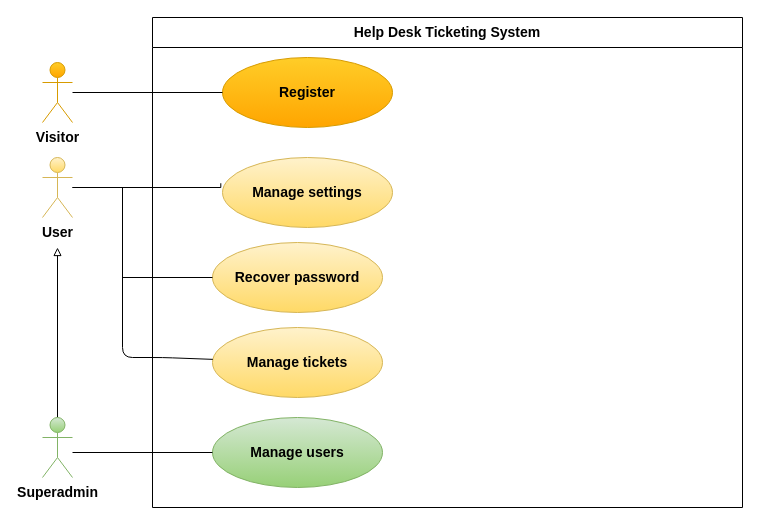
The draw.io diagram docs/diagrams/bases/use-case-diagram.drawio in NassimBenNsib/help-desk-web-base-app, before the edit. Source tidied: cells renumbered, new cells numbered last; positions are measured from the earlier drawing's top-left corner, leaving out a move shared by most shapes. Both pictures are drawn from the tidied source at 100%, with x=0, y=0 at pixel (42, 17).
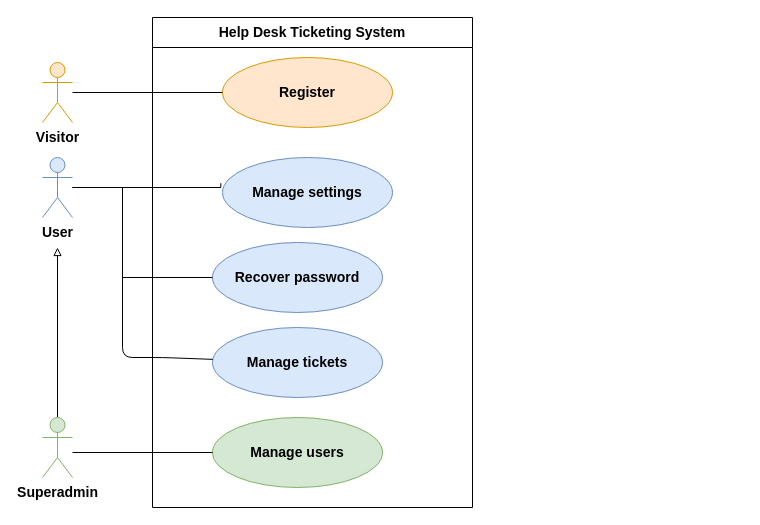
After the change.

The edit, as a diff of the source:
```diff
@@
     <mxCell id="2" value="Help Desk Ticketing System" style="swimlane;whiteSpace=wrap;html=1;startSize=30;fontSize=14;" parent="1" vertex="1">
-      <mxGeometry x="110" width="590" height="490" as="geometry" />
+      <mxGeometry x="110" width="320" height="490" as="geometry" />
     </mxCell>
-    <mxCell id="3" value="&lt;b&gt;&lt;font style=&quot;font-size: 14px;&quot;&gt;Register&lt;/font&gt;&lt;/b&gt;" style="ellipse;whiteSpace=wrap;html=1;fillColor=#ffcd28;strokeColor=#d79b00;gradientColor=#ffa500;" parent="2" vertex="1">
+    <mxCell id="3" value="&lt;b&gt;&lt;font style=&quot;font-size: 14px;&quot;&gt;Register&lt;/font&gt;&lt;/b&gt;" style="ellipse;whiteSpace=wrap;html=1;fillColor=#ffe6cc;strokeColor=#d79b00;" parent="2" vertex="1">
       <mxGeometry x="70" y="40" width="170" height="70" as="geometry" />
     </mxCell>
-    <mxCell id="4" value="&lt;span style=&quot;font-size: 14px;&quot;&gt;&lt;b&gt;Manage settings&lt;/b&gt;&lt;/span&gt;" style="ellipse;whiteSpace=wrap;html=1;fillColor=#fff2cc;gradientColor=#ffd966;strokeColor=#d6b656;" parent="2" vertex="1">
+    <mxCell id="4" value="&lt;span style=&quot;font-size: 14px;&quot;&gt;&lt;b&gt;Manage settings&lt;/b&gt;&lt;/span&gt;" style="ellipse;whiteSpace=wrap;html=1;fillColor=#dae8fc;strokeColor=#6c8ebf;" parent="2" vertex="1">
       <mxGeometry x="70" y="140" width="170" height="70" as="geometry" />
     </mxCell>
-    <mxCell id="5" value="&lt;b style=&quot;border-color: var(--border-color);&quot;&gt;&lt;font style=&quot;border-color: var(--border-color); font-size: 14px;&quot;&gt;Recover password&lt;/font&gt;&lt;/b&gt;&lt;span style=&quot;font-size: 14px;&quot;&gt;&lt;b&gt;&lt;br&gt;&lt;/b&gt;&lt;/span&gt;" style="ellipse;whiteSpace=wrap;html=1;fillColor=#fff2cc;gradientColor=#ffd966;strokeColor=#d6b656;" parent="2" vertex="1">
+    <mxCell id="5" value="&lt;b style=&quot;border-color: var(--border-color);&quot;&gt;&lt;font style=&quot;border-color: var(--border-color); font-size: 14px;&quot;&gt;Recover password&lt;/font&gt;&lt;/b&gt;&lt;span style=&quot;font-size: 14px;&quot;&gt;&lt;b&gt;&lt;br&gt;&lt;/b&gt;&lt;/span&gt;" style="ellipse;whiteSpace=wrap;html=1;fillColor=#dae8fc;strokeColor=#6c8ebf;" parent="2" vertex="1">
       <mxGeometry x="60" y="225" width="170" height="70" as="geometry" />
     </mxCell>
-    <mxCell id="6" value="&lt;b&gt;&lt;font style=&quot;font-size: 14px;&quot;&gt;Manage tickets&lt;/font&gt;&lt;/b&gt;" style="ellipse;whiteSpace=wrap;html=1;fillColor=#fff2cc;gradientColor=#ffd966;strokeColor=#d6b656;" parent="2" vertex="1">
+    <mxCell id="6" value="&lt;b&gt;&lt;font style=&quot;font-size: 14px;&quot;&gt;Manage tickets&lt;/font&gt;&lt;/b&gt;" style="ellipse;whiteSpace=wrap;html=1;fillColor=#dae8fc;strokeColor=#6c8ebf;" parent="2" vertex="1">
       <mxGeometry x="60" y="310" width="170" height="70" as="geometry" />
     </mxCell>
-    <mxCell id="7" value="&lt;b&gt;&lt;font style=&quot;font-size: 14px;&quot;&gt;Manage users&lt;/font&gt;&lt;/b&gt;" style="ellipse;whiteSpace=wrap;html=1;fillColor=#d5e8d4;gradientColor=#97d077;strokeColor=#82b366;" parent="2" vertex="1">
+    <mxCell id="7" value="&lt;b&gt;&lt;font style=&quot;font-size: 14px;&quot;&gt;Manage users&lt;/font&gt;&lt;/b&gt;" style="ellipse;whiteSpace=wrap;html=1;fillColor=#d5e8d4;strokeColor=#82b366;" parent="2" vertex="1">
       <mxGeometry x="60" y="400" width="170" height="70" as="geometry" />
     </mxCell>
@@
-    <mxCell id="10" value="Superadmin" style="shape=umlActor;verticalLabelPosition=bottom;verticalAlign=top;html=1;outlineConnect=0;fillColor=#d5e8d4;gradientColor=#97d077;strokeColor=#82b366;fontStyle=1;fontSize=14;" parent="1" vertex="1">
+    <mxCell id="10" value="Superadmin" style="shape=umlActor;verticalLabelPosition=bottom;verticalAlign=top;html=1;outlineConnect=0;fillColor=#d5e8d4;strokeColor=#82b366;fontStyle=1;fontSize=14;" parent="1" vertex="1">
       <mxGeometry y="400" width="30" height="60" as="geometry" />
     </mxCell>
@@
-    <mxCell id="13" value="User" style="shape=umlActor;verticalLabelPosition=bottom;verticalAlign=top;html=1;outlineConnect=0;fillColor=#fff2cc;gradientColor=#ffd966;strokeColor=#d6b656;fontStyle=1;fontSize=14;" parent="1" vertex="1">
+    <mxCell id="13" value="User" style="shape=umlActor;verticalLabelPosition=bottom;verticalAlign=top;html=1;outlineConnect=0;fillColor=#dae8fc;strokeColor=#6c8ebf;fontStyle=1;fontSize=14;" parent="1" vertex="1">
       <mxGeometry y="140" width="30" height="60" as="geometry" />
     </mxCell>
@@
-    <mxCell id="15" value="Visitor" style="shape=umlActor;verticalLabelPosition=bottom;verticalAlign=top;html=1;outlineConnect=0;fillColor=#ffcd28;strokeColor=#d79b00;fontStyle=1;fontSize=14;gradientColor=#ffa500;" parent="1" vertex="1">
+    <mxCell id="15" value="Visitor" style="shape=umlActor;verticalLabelPosition=bottom;verticalAlign=top;html=1;outlineConnect=0;fillColor=#ffe6cc;strokeColor=#d79b00;fontStyle=1;fontSize=14;" parent="1" vertex="1">
       <mxGeometry y="45" width="30" height="60" as="geometry" />
     </mxCell>
```
